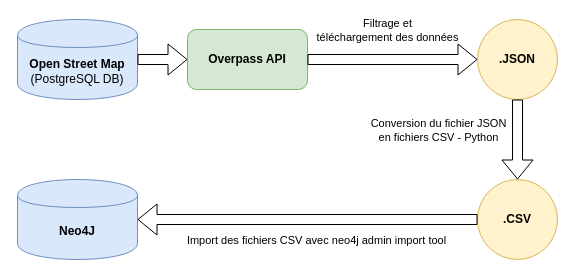
This is charts/flowchart.drawio from Eblsk/ecomap, a draw.io file, before an edit. Source tidied: cells renumbered, new cells numbered last; positions are measured from the earlier drawing's top-left corner, leaving out a move shared by most shapes. Both pictures are drawn from the tidied source at 100%, with x=0, y=0 at pixel (17, 19).
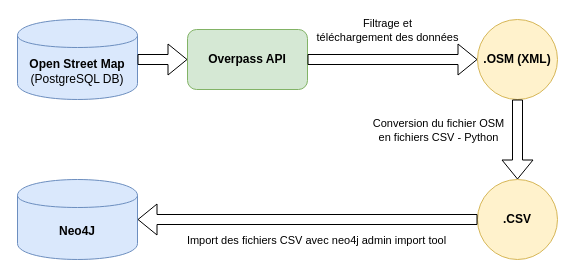
The same page after the edit.

Change to the diagram source:
```diff
@@
 <mxGraphModel>
   <root>
     <mxCell id="0" />
     <mxCell id="1" parent="0" />
     <mxCell id="2" value="&lt;div&gt;&lt;b&gt;Open Street Map &lt;/b&gt;&lt;br&gt;&lt;/div&gt;&lt;div&gt;(PostgreSQL DB)&lt;br&gt;&lt;/div&gt;" style="shape=cylinder;whiteSpace=wrap;html=1;boundedLbl=1;backgroundOutline=1;fillColor=#dae8fc;strokeColor=#6c8ebf;" parent="1" vertex="1">
       <mxGeometry width="120" height="80" as="geometry" />
     </mxCell>
     <mxCell id="3" style="shape=flexArrow;endArrow=classic;html=1;entryX=0;entryY=0.5;entryDx=0;entryDy=0;exitX=1;exitY=0.5;exitDx=0;exitDy=0;exitPerimeter=0;" parent="1" edge="1" source="2" target="4">
       <mxGeometry relative="1" as="geometry" />
     </mxCell>
     <mxCell id="4" value="&lt;b&gt;Overpass API&lt;/b&gt;" style="rounded=1;whiteSpace=wrap;html=1;fillColor=#d5e8d4;strokeColor=#82b366;" parent="1" vertex="1">
       <mxGeometry x="170" y="10" width="120" height="60" as="geometry" />
     </mxCell>
     <mxCell id="5" style="shape=flexArrow;endArrow=classic;html=1;entryX=0;entryY=0.5;entryDx=0;entryDy=0;exitX=1;exitY=0.5;exitDx=0;exitDy=0;" parent="1" edge="1" source="4" target="7">
       <mxGeometry relative="1" as="geometry" />
     </mxCell>
     <mxCell id="6" value="Filtrage et&lt;br&gt;téléchargement des données" style="edgeLabel;html=1;align=center;verticalAlign=middle;" parent="5" vertex="1">
       <mxGeometry x="-0.55" y="-3" relative="1" as="geometry">
         <mxPoint x="41" y="-33" as="offset" />
       </mxGeometry>
     </mxCell>
-    <mxCell id="7" value="&lt;b&gt;.JSON&lt;/b&gt;" style="ellipse;whiteSpace=wrap;html=1;fillColor=#fff2cc;strokeColor=#d6b656;" parent="1" vertex="1">
+    <mxCell id="7" value="&lt;b&gt;.OSM (XML)&lt;/b&gt;" style="ellipse;whiteSpace=wrap;html=1;fillColor=#fff2cc;strokeColor=#d6b656;" parent="1" vertex="1">
       <mxGeometry x="460" width="80" height="80" as="geometry" />
     </mxCell>
     <mxCell id="8" style="shape=flexArrow;endArrow=classic;html=1;exitX=0.5;exitY=1;exitDx=0;exitDy=0;entryX=0.5;entryY=0;entryDx=0;entryDy=0;" parent="1" edge="1" source="7" target="10">
       <mxGeometry relative="1" as="geometry" />
     </mxCell>
-    <mxCell id="9" value="Conversion du fichier JSON&lt;br&gt;en fichiers CSV&amp;nbsp;- Python" style="edgeLabel;html=1;align=center;verticalAlign=middle;" parent="8" vertex="1">
+    <mxCell id="9" value="Conversion du fichier OSM&lt;br&gt;en fichiers CSV&amp;nbsp;- Python" style="edgeLabel;html=1;align=center;verticalAlign=middle;" parent="8" vertex="1">
       <mxGeometry x="-0.5" relative="1" as="geometry">
         <mxPoint x="-80" y="10" as="offset" />
       </mxGeometry>
     </mxCell>
     <mxCell id="10" value="&lt;b&gt;.CSV&lt;/b&gt;" style="ellipse;whiteSpace=wrap;html=1;fillColor=#fff2cc;strokeColor=#d6b656;" parent="1" vertex="1">
       <mxGeometry x="460" y="160" width="80" height="80" as="geometry" />
     </mxCell>
     <mxCell id="11" style="shape=flexArrow;endArrow=classic;html=1;exitX=0;exitY=0.5;exitDx=0;exitDy=0;entryX=1;entryY=0.5;entryDx=0;entryDy=0;" parent="1" edge="1" source="10" target="13">
       <mxGeometry relative="1" as="geometry" />
     </mxCell>
     <mxCell id="12" value="Import des fichiers CSV avec neo4j admin import tool" style="edgeLabel;html=1;align=center;verticalAlign=middle;" parent="11" vertex="1">
       <mxGeometry x="0.27" y="2" relative="1" as="geometry">
         <mxPoint x="54" y="18" as="offset" />
       </mxGeometry>
     </mxCell>
     <mxCell id="13" value="&lt;b&gt;Neo4J&lt;/b&gt;" style="shape=cylinder;whiteSpace=wrap;html=1;boundedLbl=1;backgroundOutline=1;fillColor=#dae8fc;strokeColor=#6c8ebf;" parent="1" vertex="1">
       <mxGeometry y="160" width="120" height="80" as="geometry" />
     </mxCell>
   </root>
 </mxGraphModel>
```
